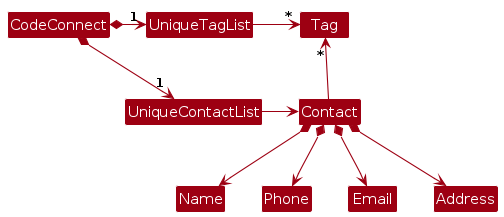
This is diagrams/BetterModelClassDiagram.png from AY2324S2-CS2103T-T12-1/tp, a PlantUML export, as it was before one commit. Its source is kept beside it as diagrams/BetterModelClassDiagram.puml. Its diagram source:
```plantuml
@startuml
!include style.puml
skinparam arrowThickness 1.1
skinparam arrowColor MODEL_COLOR
skinparam classBackgroundColor MODEL_COLOR

CodeConnect *-right-> "1" UniqueContactList
CodeConnect *-right-> "1" UniqueTagList
UniqueTagList -[hidden]down- UniqueContactList
UniqueTagList -[hidden]down- UniqueContactList

UniqueTagList -right-> "*" Tag
UniqueContactList -right-> Contact

Contact -up-> "*" Tag

Contact *--> Name
Contact *--> Phone
Contact *--> Email
Contact *--> Address
@enduml
```
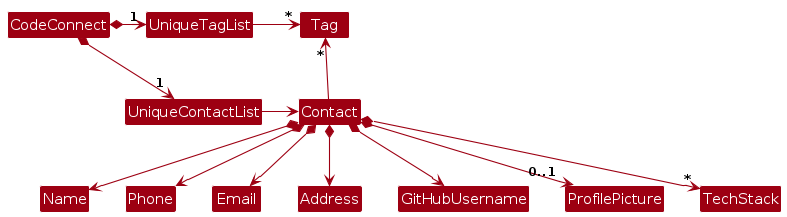
The same file after the commit.

The edit, as a diff of the source:
```diff
@@ -18,4 +18,7 @@
 Contact *--> Phone
 Contact *--> Email
 Contact *--> Address
+Contact *--> GitHubUsername
+Contact *--> "0..1" ProfilePicture
+Contact *--> "*" TechStack
 @enduml
```
